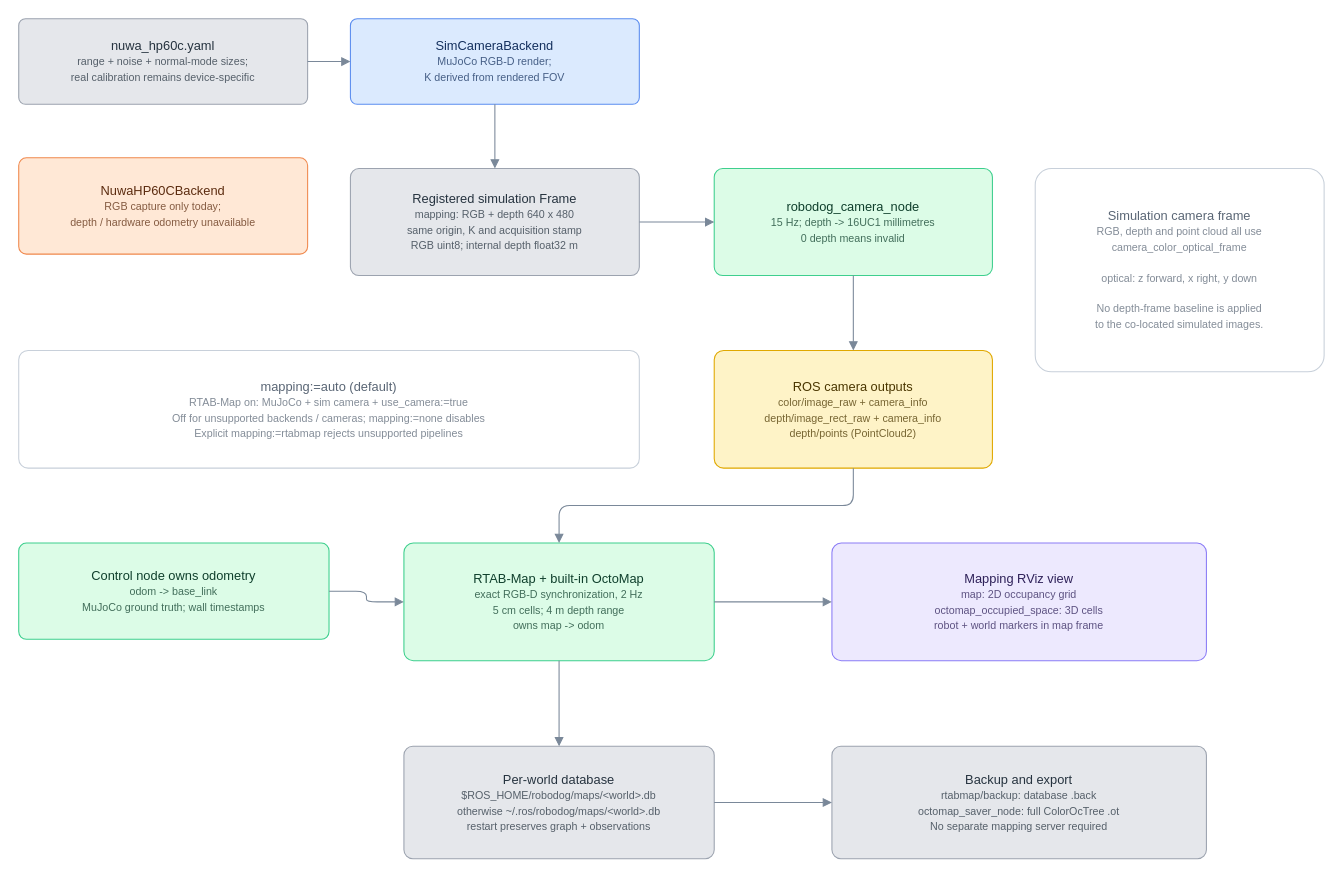
Before: docs/diagrams/perception_pipeline.drawio in farouk15160/robodog, a draw.io diagram. Source tidied: cells renumbered, new cells numbered last; positions are measured from the earlier drawing's top-left corner, leaving out a move shared by most shapes. Both pictures are drawn from the tidied source at 107%, with x=0, y=0 at pixel (18, 18).
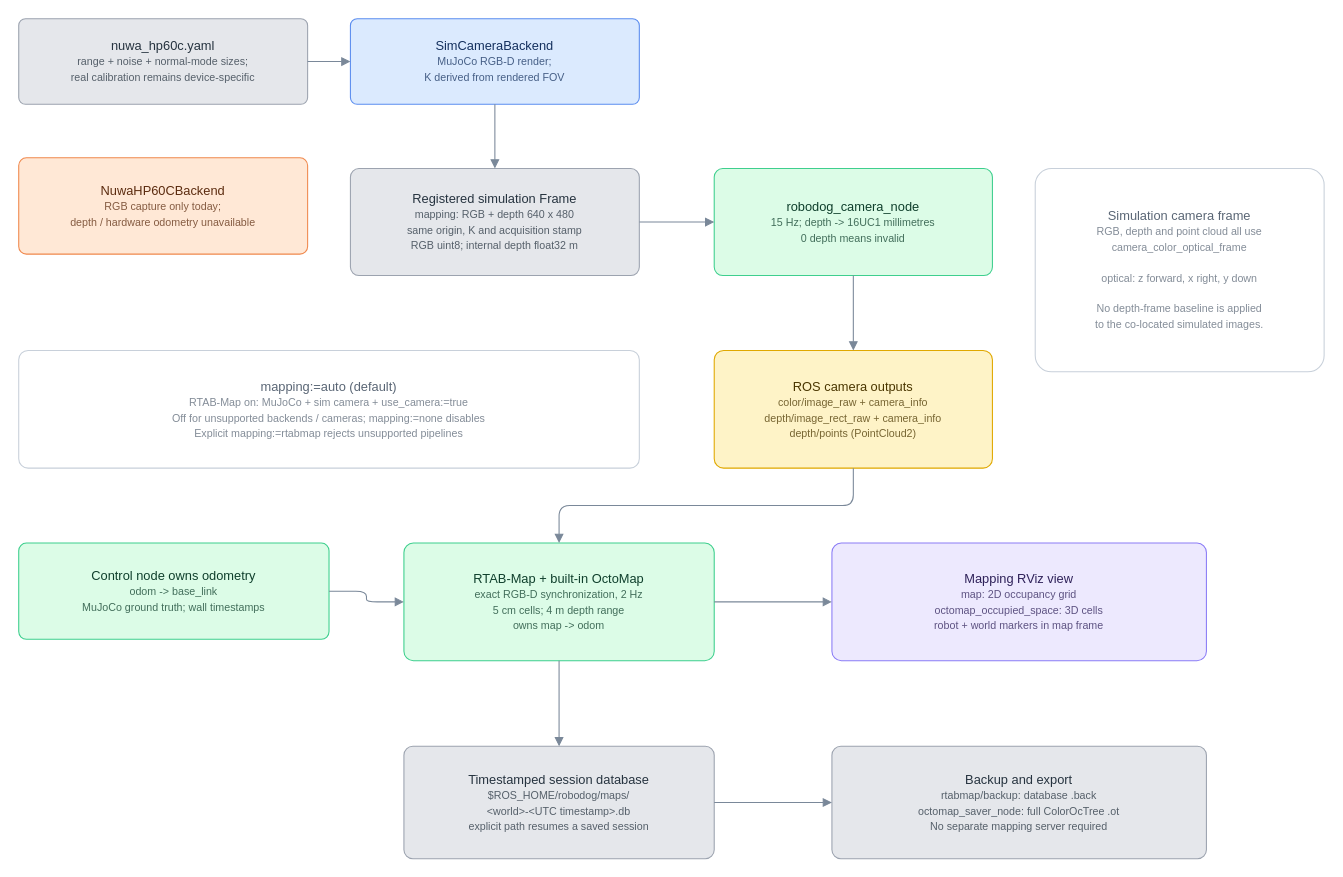
The same diagram, later.

What changed in the source:
```diff
@@
-    <mxCell id="13" value="Per-world database&lt;br/&gt;&lt;font style='font-size:10px;opacity:0.75'&gt;$ROS_HOME/robodog/maps/&amp;lt;world&amp;gt;.db&#10;otherwise ~/.ros/robodog/maps/&amp;lt;world&amp;gt;.db&#10;restart preserves graph + observations&lt;/font&gt;" style="rounded=1;whiteSpace=wrap;html=1;fillColor=#e5e7eb;strokeColor=#9ca3af;fontColor=#26333f;fontFamily=Helvetica;fontSize=12;arcSize=8;verticalAlign=middle;align=center;spacing=4;" parent="1" vertex="1">
+    <mxCell id="13" value="Timestamped session database&lt;br/&gt;&lt;font style='font-size:10px;opacity:0.75'&gt;$ROS_HOME/robodog/maps/&#10;&amp;lt;world&amp;gt;-&amp;lt;UTC timestamp&amp;gt;.db&#10;explicit path resumes a saved session&lt;/font&gt;" style="rounded=1;whiteSpace=wrap;html=1;fillColor=#e5e7eb;strokeColor=#9ca3af;fontColor=#26333f;fontFamily=Helvetica;fontSize=12;arcSize=8;verticalAlign=middle;align=center;spacing=4;" parent="1" vertex="1">
       <mxGeometry x="360" y="680" width="290" height="105" as="geometry" />
     </mxCell>
```
